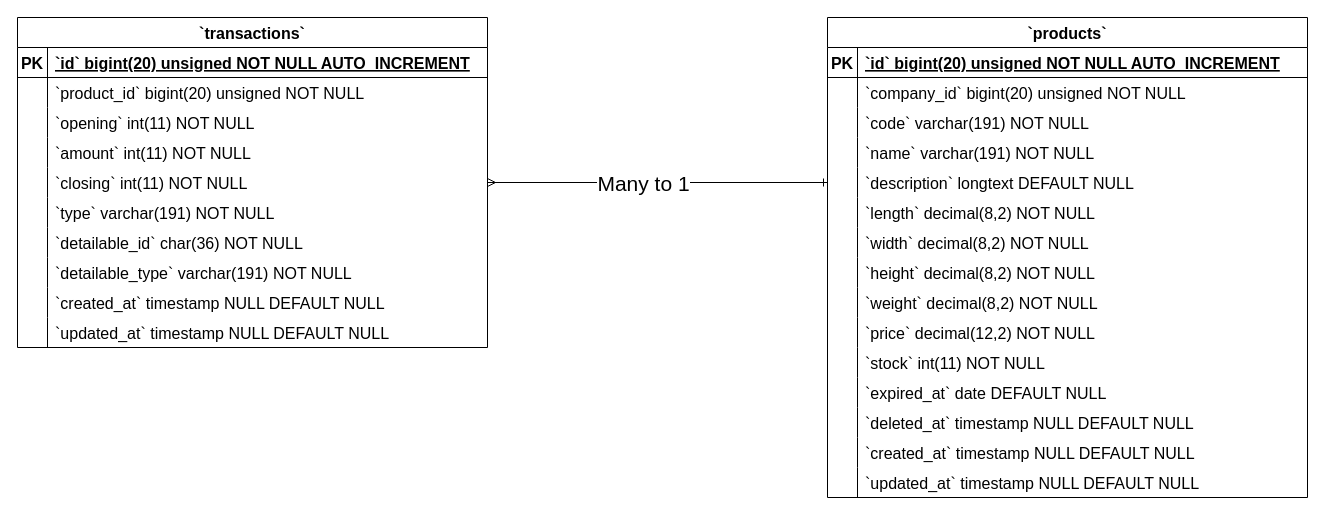
Simasco/diagram keeps this draw.io diagram as Transactions ERD Diagram.drawio. Above is the earlier version. Source tidied: cells renumbered, new cells numbered last; positions are measured from the earlier drawing's top-left corner, leaving out a move shared by most shapes. Both pictures are drawn from the tidied source at 100%, with x=0, y=0 at pixel (17, 17).
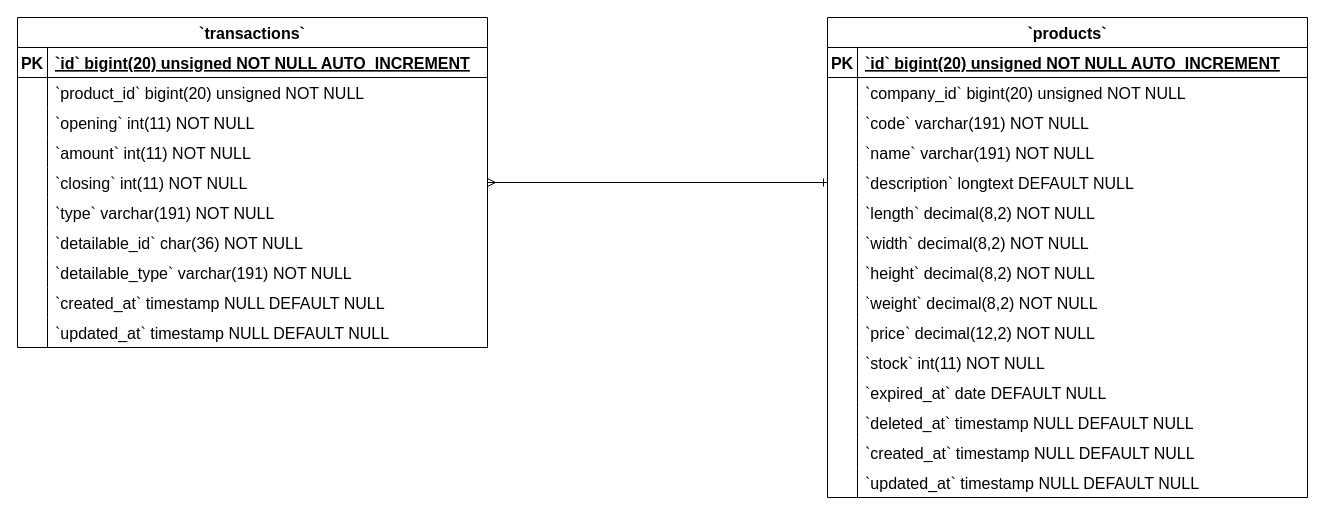
After the change.

Unchanged cells that the change refers to:
```xml
<mxCell id="79" style="fontSize=12;html=1;endArrow=ERmany;rounded=0;entryX=1;entryY=0.5;entryDx=0;entryDy=0;exitX=0;exitY=0.5;exitDx=0;exitDy=0;endFill=0;startArrow=ERone;startFill=0;" parent="1" edge="1" source="46" target="15">
  <mxGeometry relative="1" as="geometry" />
</mxCell>
```

Diff of the diagram source:
```diff
@@
-    <mxCell id="80" value="&lt;font style=&quot;font-size: 21px;&quot;&gt;Many to 1&lt;/font&gt;" style="edgeLabel;html=1;align=center;verticalAlign=middle;" parent="79" vertex="1">
-      <mxGeometry x="0.27" y="4" relative="1" as="geometry">
-        <mxPoint x="31" y="-4" as="offset" />
-      </mxGeometry>
-    </mxCell>
```
